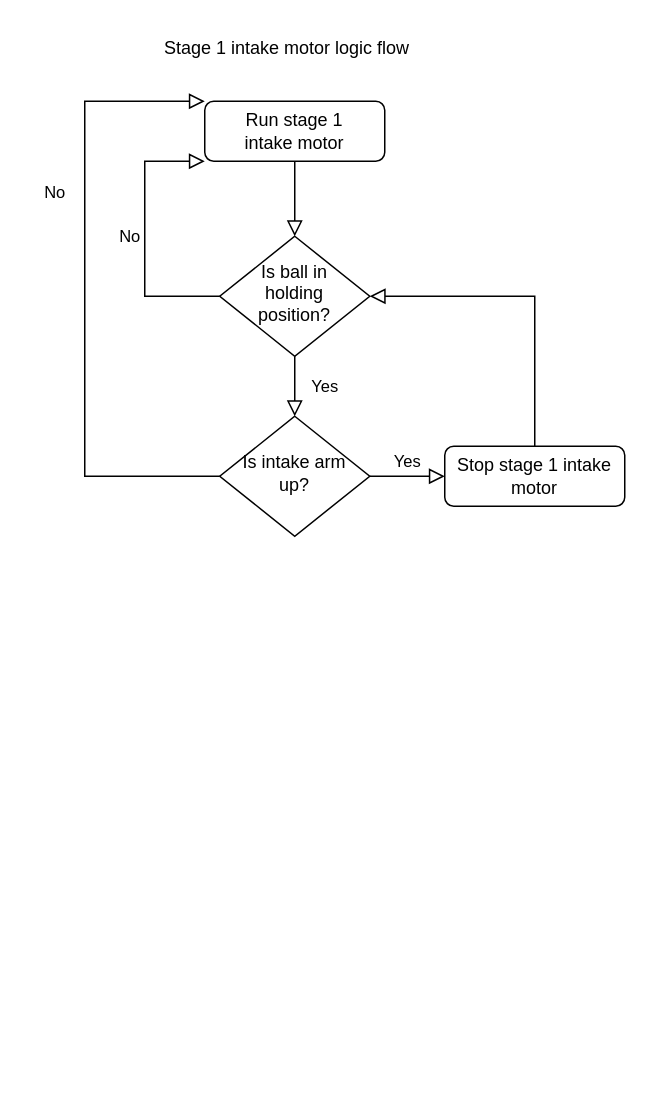
Earlier version of the draw.io diagram diagrams/stage 2 intake motor control.drawio (FRC-2928/VikingRobot2022). Source tidied: cells renumbered, new cells numbered last; positions are measured from the earlier drawing's top-left corner, leaving out a move shared by most shapes. Both pictures are drawn from the tidied source at 150%, with x=0, y=0 at pixel (39, 26).
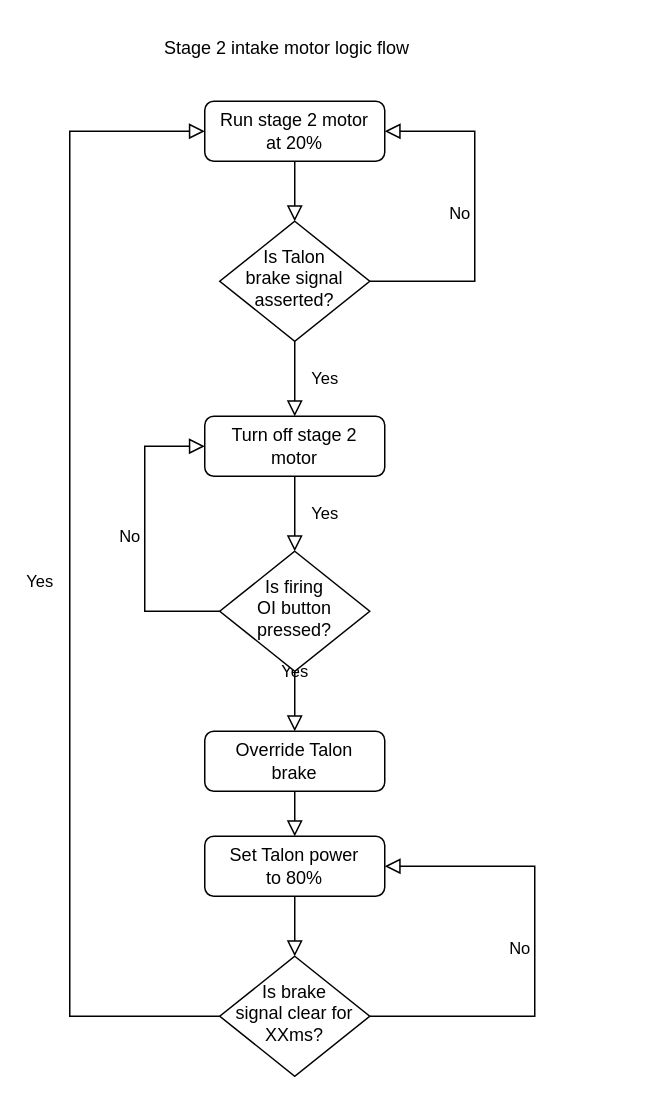
After the change.

Commit message:
Fix up ball present logic

What changed in the source:
```diff
@@
-    <mxCell id="2" style="rounded=0;html=1;jettySize=auto;fontSize=11;endArrow=block;endFill=0;endSize=8;strokeWidth=1;shadow=0;labelBackgroundColor=none;edgeStyle=orthogonalEdgeStyle;" parent="1" edge="1" source="3" target="6">
+    <mxCell id="2" style="rounded=0;html=1;jettySize=auto;fontSize=11;endArrow=block;endFill=0;endSize=8;strokeWidth=1;shadow=0;labelBackgroundColor=none;edgeStyle=orthogonalEdgeStyle;entryX=0.5;entryY=0;entryDx=0;entryDy=0;" parent="1" edge="1" source="3" target="20">
       <mxGeometry relative="1" as="geometry" />
     </mxCell>
-    <mxCell id="3" value="&lt;div&gt;Run stage 1 &lt;br&gt;&lt;/div&gt;&lt;div&gt;intake motor&lt;br&gt;&lt;/div&gt;" style="rounded=1;whiteSpace=wrap;html=1;fontSize=12;glass=0;strokeWidth=1;shadow=0;" parent="1" vertex="1">
+    <mxCell id="3" value="&lt;div&gt;Run stage 2 motor&lt;/div&gt;&lt;div&gt;at 20%&lt;br&gt;&lt;/div&gt;" style="rounded=1;whiteSpace=wrap;html=1;fontSize=12;glass=0;strokeWidth=1;shadow=0;" parent="1" vertex="1">
       <mxGeometry x="110" y="50" width="120" height="40" as="geometry" />
     </mxCell>
-    <mxCell id="4" value="Yes" style="rounded=0;html=1;jettySize=auto;fontSize=11;endArrow=block;endFill=0;endSize=8;strokeWidth=1;shadow=0;labelBackgroundColor=none;edgeStyle=orthogonalEdgeStyle;" parent="1" edge="1" source="6" target="9">
-      <mxGeometry y="20" relative="1" as="geometry" />
+    <mxCell id="4" value="Yes" style="rounded=0;html=1;jettySize=auto;fontSize=11;endArrow=block;endFill=0;endSize=8;strokeWidth=1;shadow=0;labelBackgroundColor=none;edgeStyle=orthogonalEdgeStyle;" parent="1" edge="1" source="6">
+      <mxGeometry y="20" relative="1" as="geometry">
+        <mxPoint x="170" y="470" as="targetPoint" />
+      </mxGeometry>
     </mxCell>
-    <mxCell id="5" value="No" style="edgeStyle=orthogonalEdgeStyle;rounded=0;html=1;jettySize=auto;fontSize=11;endArrow=block;endFill=0;endSize=8;strokeWidth=1;shadow=0;labelBackgroundColor=none;entryX=0;entryY=1;entryDx=0;entryDy=0;" parent="1" edge="1" source="6" target="3">
+    <mxCell id="5" value="No" style="edgeStyle=orthogonalEdgeStyle;rounded=0;html=1;jettySize=auto;fontSize=11;endArrow=block;endFill=0;endSize=8;strokeWidth=1;shadow=0;labelBackgroundColor=none;entryX=0;entryY=0.5;entryDx=0;entryDy=0;" parent="1" edge="1" source="6" target="23">
       <mxGeometry y="10" relative="1" as="geometry">
         <Array as="points">
-          <mxPoint x="70" y="180" />
-          <mxPoint x="70" y="90" />
+          <mxPoint x="70" y="390" />
+          <mxPoint x="70" y="280" />
         </Array>
       </mxGeometry>
     </mxCell>
-    <mxCell id="6" value="&lt;div&gt;Is ball in&lt;/div&gt;&lt;div&gt;holding&lt;/div&gt;&lt;div&gt;position?&lt;br&gt;&lt;/div&gt;" style="rhombus;whiteSpace=wrap;html=1;shadow=0;fontFamily=Helvetica;fontSize=12;align=center;strokeWidth=1;spacing=6;spacingTop=-4;" parent="1" vertex="1">
-      <mxGeometry x="120" y="140" width="100" height="80" as="geometry" />
+    <mxCell id="6" value="&lt;div&gt;Is firing &lt;br&gt;&lt;/div&gt;&lt;div&gt;OI button&lt;/div&gt;&lt;div&gt;pressed?&lt;br&gt;&lt;/div&gt;" style="rhombus;whiteSpace=wrap;html=1;shadow=0;fontFamily=Helvetica;fontSize=12;align=center;strokeWidth=1;spacing=6;spacingTop=-4;" parent="1" vertex="1">
+      <mxGeometry x="120" y="350" width="100" height="80" as="geometry" />
     </mxCell>
-    <mxCell id="7" value="No" style="rounded=0;html=1;jettySize=auto;fontSize=11;endArrow=block;endFill=0;endSize=8;strokeWidth=1;shadow=0;labelBackgroundColor=none;edgeStyle=orthogonalEdgeStyle;entryX=0;entryY=0;entryDx=0;entryDy=0;" parent="1" edge="1" source="9" target="3">
-      <mxGeometry x="0.33" y="20" relative="1" as="geometry">
-        <Array as="points">
-          <mxPoint x="30" y="300" />
-          <mxPoint x="30" y="50" />
-        </Array>
-      </mxGeometry>
-    </mxCell>
-    <mxCell id="8" value="Yes" style="edgeStyle=orthogonalEdgeStyle;rounded=0;html=1;jettySize=auto;fontSize=11;endArrow=block;endFill=0;endSize=8;strokeWidth=1;shadow=0;labelBackgroundColor=none;" parent="1" edge="1" source="9" target="10">
-      <mxGeometry y="10" relative="1" as="geometry" />
-    </mxCell>
-    <mxCell id="9" value="&lt;div&gt;Is intake arm&lt;/div&gt;&lt;div&gt;up?&lt;br&gt;&lt;/div&gt;" style="rhombus;whiteSpace=wrap;html=1;shadow=0;fontFamily=Helvetica;fontSize=12;align=center;strokeWidth=1;spacing=6;spacingTop=-4;" parent="1" vertex="1">
-      <mxGeometry x="120" y="260" width="100" height="80" as="geometry" />
-    </mxCell>
-    <mxCell id="10" value="Stop stage 1 intake motor" style="rounded=1;whiteSpace=wrap;html=1;fontSize=12;glass=0;strokeWidth=1;shadow=0;" parent="1" vertex="1">
-      <mxGeometry x="270" y="280" width="120" height="40" as="geometry" />
-    </mxCell>
-    <mxCell id="11" style="endArrow=block;html=1;rounded=0;exitX=0.5;exitY=0;exitDx=0;exitDy=0;entryX=1;entryY=0.5;entryDx=0;entryDy=0;endFill=0;endSize=8;" parent="1" edge="1" source="10" target="6">
-      <mxGeometry relative="1" as="geometry">
-        <Array as="points">
-          <mxPoint x="330" y="180" />
-        </Array>
-      </mxGeometry>
-    </mxCell>
-    <mxCell id="12" value="Stage 1 intake motor logic flow" style="text;html=1;strokeColor=none;fillColor=none;align=center;verticalAlign=middle;whiteSpace=wrap;rounded=0;" parent="1" vertex="1">
+    <mxCell id="12" value="Stage 2 intake motor logic flow" style="text;html=1;strokeColor=none;fillColor=none;align=center;verticalAlign=middle;whiteSpace=wrap;rounded=0;" parent="1" vertex="1">
       <mxGeometry width="330" height="30" as="geometry" />
     </mxCell>
+    <mxCell id="13" value="&lt;div&gt;Override Talon&lt;/div&gt;&lt;div&gt;brake&lt;br&gt;&lt;/div&gt;" style="rounded=1;whiteSpace=wrap;html=1;fontSize=12;glass=0;strokeWidth=1;shadow=0;" parent="1" vertex="1">
+      <mxGeometry x="110" y="470" width="120" height="40" as="geometry" />
+    </mxCell>
+    <mxCell id="14" value="&lt;div&gt;Set Talon power &lt;br&gt;&lt;/div&gt;&lt;div&gt;to 80%&lt;br&gt;&lt;/div&gt;" style="rounded=1;whiteSpace=wrap;html=1;fontSize=12;glass=0;strokeWidth=1;shadow=0;" parent="1" vertex="1">
+      <mxGeometry x="110" y="540" width="120" height="40" as="geometry" />
+    </mxCell>
+    <mxCell id="15" style="endArrow=block;html=1;rounded=0;exitX=0.5;exitY=1;exitDx=0;exitDy=0;entryX=0.5;entryY=0;entryDx=0;entryDy=0;endFill=0;endSize=8;" parent="1" edge="1" source="13" target="14">
+      <mxGeometry relative="1" as="geometry" />
+    </mxCell>
+    <mxCell id="16" value="&lt;div&gt;Is brake &lt;br&gt;&lt;/div&gt;&lt;div&gt;signal clear for &lt;br&gt;&lt;/div&gt;&lt;div&gt;XXms?&lt;br&gt;&lt;/div&gt;" style="rhombus;whiteSpace=wrap;html=1;shadow=0;fontFamily=Helvetica;fontSize=12;align=center;strokeWidth=1;spacing=6;spacingTop=-4;" parent="1" vertex="1">
+      <mxGeometry x="120" y="620" width="100" height="80" as="geometry" />
+    </mxCell>
+    <mxCell id="17" style="endArrow=block;html=1;rounded=0;exitX=0.5;exitY=1;exitDx=0;exitDy=0;entryX=0.5;entryY=0;entryDx=0;entryDy=0;endFill=0;endSize=8;" parent="1" edge="1" source="14" target="16">
+      <mxGeometry relative="1" as="geometry" />
+    </mxCell>
+    <mxCell id="18" value="Yes" style="rounded=0;html=1;jettySize=auto;fontSize=11;endArrow=block;endFill=0;endSize=8;strokeWidth=1;shadow=0;labelBackgroundColor=none;edgeStyle=orthogonalEdgeStyle;entryX=0;entryY=0.5;entryDx=0;entryDy=0;exitX=0;exitY=0.5;exitDx=0;exitDy=0;" parent="1" edge="1" source="16" target="3">
+      <mxGeometry y="20" relative="1" as="geometry">
+        <Array as="points">
+          <mxPoint x="20" y="660" />
+          <mxPoint x="20" y="70" />
+        </Array>
+      </mxGeometry>
+    </mxCell>
+    <mxCell id="19" value="No" style="edgeStyle=orthogonalEdgeStyle;rounded=0;html=1;jettySize=auto;fontSize=11;endArrow=block;endFill=0;endSize=8;strokeWidth=1;shadow=0;labelBackgroundColor=none;entryX=1;entryY=0.5;entryDx=0;entryDy=0;exitX=1;exitY=0.5;exitDx=0;exitDy=0;" parent="1" edge="1" source="16" target="14">
+      <mxGeometry y="10" relative="1" as="geometry">
+        <Array as="points">
+          <mxPoint x="330" y="660" />
+          <mxPoint x="330" y="560" />
+        </Array>
+      </mxGeometry>
+    </mxCell>
+    <mxCell id="20" value="&lt;div&gt;Is Talon&lt;/div&gt;&lt;div&gt;brake signal&lt;/div&gt;&lt;div&gt;asserted?&lt;br&gt;&lt;/div&gt;" style="rhombus;whiteSpace=wrap;html=1;shadow=0;fontFamily=Helvetica;fontSize=12;align=center;strokeWidth=1;spacing=6;spacingTop=-4;" parent="1" vertex="1">
+      <mxGeometry x="120" y="130" width="100" height="80" as="geometry" />
+    </mxCell>
+    <mxCell id="21" value="Yes" style="rounded=0;html=1;jettySize=auto;fontSize=11;endArrow=block;endFill=0;endSize=8;strokeWidth=1;shadow=0;labelBackgroundColor=none;edgeStyle=orthogonalEdgeStyle;exitX=0.5;exitY=1;exitDx=0;exitDy=0;entryX=0.5;entryY=0;entryDx=0;entryDy=0;startArrow=none;" parent="1" edge="1" source="23" target="6">
+      <mxGeometry y="20" relative="1" as="geometry" />
+    </mxCell>
+    <mxCell id="22" value="No" style="edgeStyle=orthogonalEdgeStyle;rounded=0;html=1;jettySize=auto;fontSize=11;endArrow=block;endFill=0;endSize=8;strokeWidth=1;shadow=0;labelBackgroundColor=none;entryX=1;entryY=0.5;entryDx=0;entryDy=0;exitX=1;exitY=0.5;exitDx=0;exitDy=0;" parent="1" edge="1" source="20" target="3">
+      <mxGeometry y="10" relative="1" as="geometry">
+        <Array as="points">
+          <mxPoint x="290" y="170" />
+          <mxPoint x="290" y="70" />
+        </Array>
+      </mxGeometry>
+    </mxCell>
+    <mxCell id="23" value="&lt;div&gt;Turn off stage 2&lt;/div&gt;&lt;div&gt;motor&lt;br&gt;&lt;/div&gt;" style="rounded=1;whiteSpace=wrap;html=1;fontSize=12;glass=0;strokeWidth=1;shadow=0;" parent="1" vertex="1">
+      <mxGeometry x="110" y="260" width="120" height="40" as="geometry" />
+    </mxCell>
+    <mxCell id="24" value="Yes" style="rounded=0;html=1;jettySize=auto;fontSize=11;endArrow=block;endFill=0;endSize=8;strokeWidth=1;shadow=0;labelBackgroundColor=none;edgeStyle=orthogonalEdgeStyle;exitX=0.5;exitY=1;exitDx=0;exitDy=0;entryX=0.5;entryY=0;entryDx=0;entryDy=0;startArrow=none;" parent="1" edge="1" source="20" target="23">
+      <mxGeometry y="20" relative="1" as="geometry" />
+    </mxCell>
```
